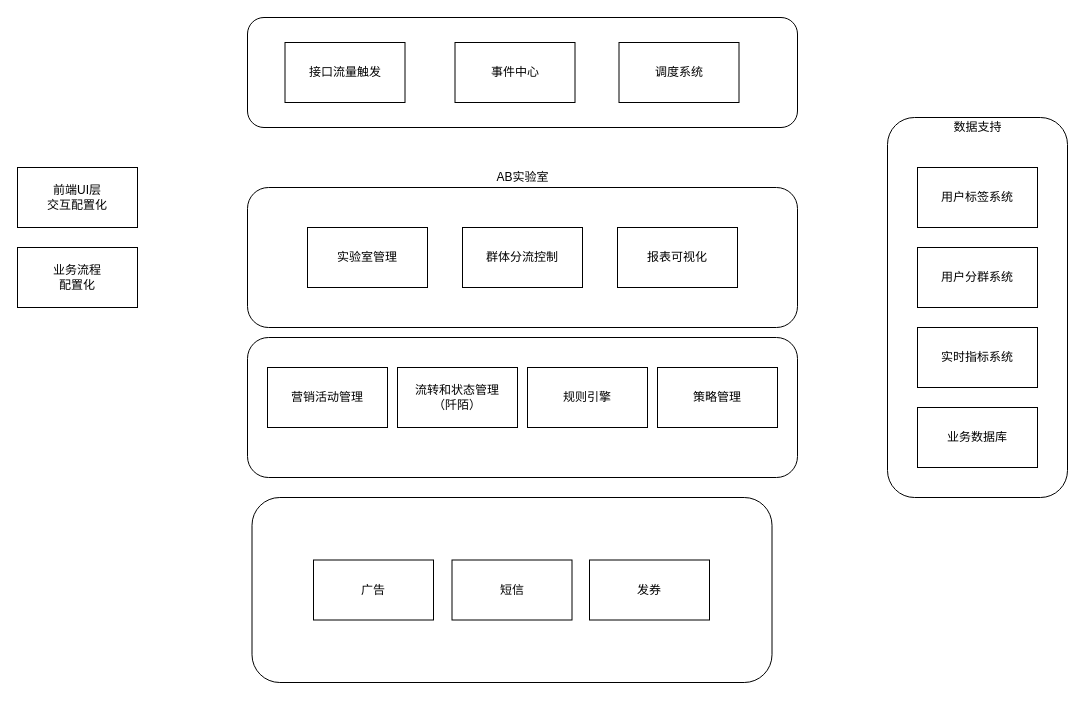
Earlier version of the draw.io diagram 技术中台整体设计.drawio (chenjinying1988/diagrams). Source tidied: cells renumbered, new cells numbered last; positions are measured from the earlier drawing's top-left corner, leaving out a move shared by most shapes. Both pictures are drawn from the tidied source at 100%, with x=0, y=0 at pixel (17, 17).
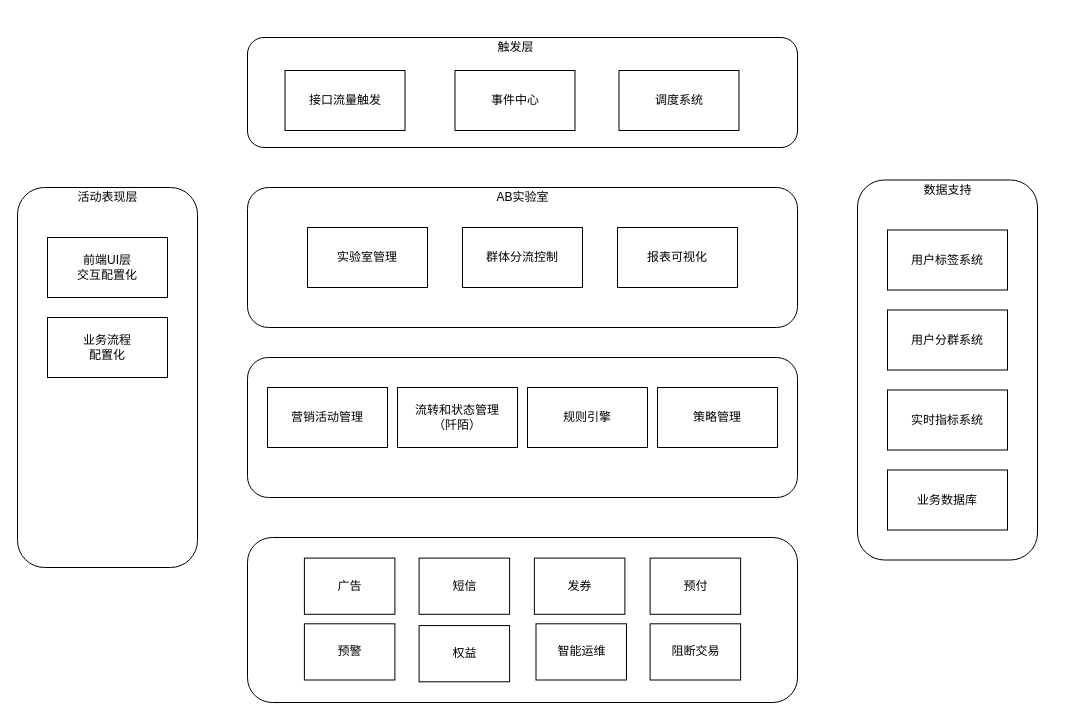
The same diagram, later.

Commit message (it also covers changes not shown here):
更新技术中台整体设计.drawio

Diff of the diagram source:
```diff
@@
+    <mxCell id="28" style="rounded=1;whiteSpace=wrap;html=1;" parent="1" vertex="1">
+      <mxGeometry y="170" width="180" height="380" as="geometry" />
+    </mxCell>
@@
     <mxCell id="3" style="rounded=1;whiteSpace=wrap;html=1;" parent="1" vertex="1">
-      <mxGeometry x="870" y="100" width="180" height="380" as="geometry" />
+      <mxGeometry x="840" y="162.5" width="180" height="380" as="geometry" />
     </mxCell>
     <mxCell id="4" style="rounded=1;whiteSpace=wrap;html=1;" parent="1" vertex="1">
-      <mxGeometry x="230" width="550" height="110" as="geometry" />
+      <mxGeometry x="230" y="20" width="550" height="110" as="geometry" />
     </mxCell>
     <mxCell id="5" style="rounded=1;whiteSpace=wrap;html=1;" parent="1" vertex="1">
-      <mxGeometry x="230" y="320" width="550" height="140" as="geometry" />
+      <mxGeometry x="230" y="340" width="550" height="140" as="geometry" />
     </mxCell>
     <mxCell id="6" value="事件中心" style="rounded=0;whiteSpace=wrap;html=1;" parent="1" vertex="1">
-      <mxGeometry x="437.5" y="25" width="120" height="60" as="geometry" />
+      <mxGeometry x="437.5" y="53" width="120" height="60" as="geometry" />
     </mxCell>
     <mxCell id="7" value="调度系统" style="rounded=0;whiteSpace=wrap;html=1;" parent="1" vertex="1">
-      <mxGeometry x="601.5" y="25" width="120" height="60" as="geometry" />
+      <mxGeometry x="601.5" y="53" width="120" height="60" as="geometry" />
     </mxCell>
     <mxCell id="8" value="规则引擎" style="rounded=0;whiteSpace=wrap;html=1;" parent="1" vertex="1">
-      <mxGeometry x="510" y="350" width="120" height="60" as="geometry" />
+      <mxGeometry x="510" y="370" width="120" height="60" as="geometry" />
     </mxCell>
@@
     <mxCell id="10" value="流转和状态管理&lt;br&gt;（阡陌）" style="rounded=0;whiteSpace=wrap;html=1;" parent="1" vertex="1">
-      <mxGeometry x="380" y="350" width="120" height="60" as="geometry" />
+      <mxGeometry x="380" y="370" width="120" height="60" as="geometry" />
     </mxCell>
     <mxCell id="11" value="营销活动管理" style="rounded=0;whiteSpace=wrap;html=1;" parent="1" vertex="1">
-      <mxGeometry x="250" y="350" width="120" height="60" as="geometry" />
+      <mxGeometry x="250" y="370" width="120" height="60" as="geometry" />
     </mxCell>
     <mxCell id="12" value="用户标签系统" style="rounded=0;whiteSpace=wrap;html=1;" parent="1" vertex="1">
-      <mxGeometry x="900" y="150" width="120" height="60" as="geometry" />
+      <mxGeometry x="870" y="212.5" width="120" height="60" as="geometry" />
     </mxCell>
     <mxCell id="13" value="实时指标系统" style="rounded=0;whiteSpace=wrap;html=1;" parent="1" vertex="1">
-      <mxGeometry x="900" y="310" width="120" height="60" as="geometry" />
+      <mxGeometry x="870" y="372.5" width="120" height="60" as="geometry" />
     </mxCell>
     <mxCell id="14" value="业务数据库" style="rounded=0;whiteSpace=wrap;html=1;" parent="1" vertex="1">
-      <mxGeometry x="900" y="390" width="120" height="60" as="geometry" />
+      <mxGeometry x="870" y="452.5" width="120" height="60" as="geometry" />
     </mxCell>
     <mxCell id="15" value="接口流量触发" style="rounded=0;whiteSpace=wrap;html=1;" parent="1" vertex="1">
-      <mxGeometry x="267.5" y="25" width="120" height="60" as="geometry" />
+      <mxGeometry x="267.5" y="53" width="120" height="60" as="geometry" />
     </mxCell>
     <mxCell id="16" style="rounded=1;whiteSpace=wrap;html=1;" parent="1" vertex="1">
-      <mxGeometry x="234.5" y="480" width="520" height="185" as="geometry" />
+      <mxGeometry x="230" y="520" width="550" height="165" as="geometry" />
     </mxCell>
-    <mxCell id="17" value="广告" style="rounded=0;whiteSpace=wrap;html=1;" parent="1" vertex="1">
-      <mxGeometry x="296" y="542.5" width="120" height="60" as="geometry" />
+    <mxCell id="17" value="短信" style="rounded=0;whiteSpace=wrap;html=1;" parent="1" vertex="1">
+      <mxGeometry x="401.6" y="540.6" width="90.5" height="56.2" as="geometry" />
     </mxCell>
-    <mxCell id="18" value="短信" style="rounded=0;whiteSpace=wrap;html=1;" parent="1" vertex="1">
-      <mxGeometry x="434.5" y="542.5" width="120" height="60" as="geometry" />
-    </mxCell>
-    <mxCell id="19" value="发券" style="rounded=0;whiteSpace=wrap;html=1;" parent="1" vertex="1">
-      <mxGeometry x="572" y="542.5" width="120" height="60" as="geometry" />
-    </mxCell>
     <mxCell id="20" value="数据支持" style="text;html=1;align=center;verticalAlign=middle;strokeColor=none;fillColor=none;" parent="1" vertex="1">
-      <mxGeometry x="930" y="100" width="60" height="20" as="geometry" />
+      <mxGeometry x="900" y="162.5" width="60" height="20" as="geometry" />
     </mxCell>
     <mxCell id="21" value="策略管理" style="rounded=0;whiteSpace=wrap;html=1;" parent="1" vertex="1">
-      <mxGeometry x="640" y="350" width="120" height="60" as="geometry" />
+      <mxGeometry x="640" y="370" width="120" height="60" as="geometry" />
     </mxCell>
     <mxCell id="22" value="前端UI层&lt;br&gt;交互配置化" style="rounded=0;whiteSpace=wrap;html=1;" parent="1" vertex="1">
-      <mxGeometry y="150" width="120" height="60" as="geometry" />
+      <mxGeometry x="30" y="220" width="120" height="60" as="geometry" />
     </mxCell>
     <mxCell id="23" value="用户分群系统" style="rounded=0;whiteSpace=wrap;html=1;" parent="1" vertex="1">
-      <mxGeometry x="900" y="230" width="120" height="60" as="geometry" />
+      <mxGeometry x="870" y="292.5" width="120" height="60" as="geometry" />
     </mxCell>
     <mxCell id="24" value="业务流程&lt;br&gt;配置化" style="rounded=0;whiteSpace=wrap;html=1;" parent="1" vertex="1">
-      <mxGeometry y="230" width="120" height="60" as="geometry" />
+      <mxGeometry x="30" y="300" width="120" height="60" as="geometry" />
     </mxCell>
     <mxCell id="25" value="AB实验室" style="text;html=1;align=center;verticalAlign=middle;strokeColor=none;fillColor=none;" parent="1" vertex="1">
-      <mxGeometry x="470" y="150" width="70" height="20" as="geometry" />
+      <mxGeometry x="470" y="170" width="70" height="20" as="geometry" />
     </mxCell>
@@
+    <mxCell id="29" value="触发层" style="text;html=1;align=center;verticalAlign=middle;strokeColor=none;fillColor=none;" parent="1" vertex="1">
+      <mxGeometry x="472.5" y="20" width="50" height="20" as="geometry" />
+    </mxCell>
+    <mxCell id="30" value="活动表现层" style="text;html=1;align=center;verticalAlign=middle;strokeColor=none;fillColor=none;" parent="1" vertex="1">
+      <mxGeometry x="50" y="170" width="80" height="20" as="geometry" />
+    </mxCell>
+    <mxCell id="31" value="广告" style="rounded=0;whiteSpace=wrap;html=1;" parent="1" vertex="1">
+      <mxGeometry x="286.9" y="540.6" width="90.5" height="56.2" as="geometry" />
+    </mxCell>
+    <mxCell id="19" value="发券" style="rounded=0;whiteSpace=wrap;html=1;" parent="1" vertex="1">
+      <mxGeometry x="516.9" y="540.6" width="90.5" height="56.2" as="geometry" />
+    </mxCell>
+    <mxCell id="32" value="预付" style="rounded=0;whiteSpace=wrap;html=1;" parent="1" vertex="1">
+      <mxGeometry x="632.6" y="540.6" width="90.5" height="56.2" as="geometry" />
+    </mxCell>
+    <mxCell id="33" value="预警" style="rounded=0;whiteSpace=wrap;html=1;" parent="1" vertex="1">
+      <mxGeometry x="286.9" y="606.3" width="90.5" height="56.2" as="geometry" />
+    </mxCell>
+    <mxCell id="34" value="权益" style="rounded=0;whiteSpace=wrap;html=1;" parent="1" vertex="1">
+      <mxGeometry x="401.6" y="608.1" width="90.5" height="56.2" as="geometry" />
+    </mxCell>
+    <mxCell id="35" value="智能运维" style="rounded=0;whiteSpace=wrap;html=1;" parent="1" vertex="1">
+      <mxGeometry x="518.5" y="606.3" width="90.5" height="56.2" as="geometry" />
+    </mxCell>
+    <mxCell id="36" value="阻断交易" style="rounded=0;whiteSpace=wrap;html=1;" parent="1" vertex="1">
+      <mxGeometry x="632.6" y="606.3" width="90.5" height="56.2" as="geometry" />
+    </mxCell>
```
